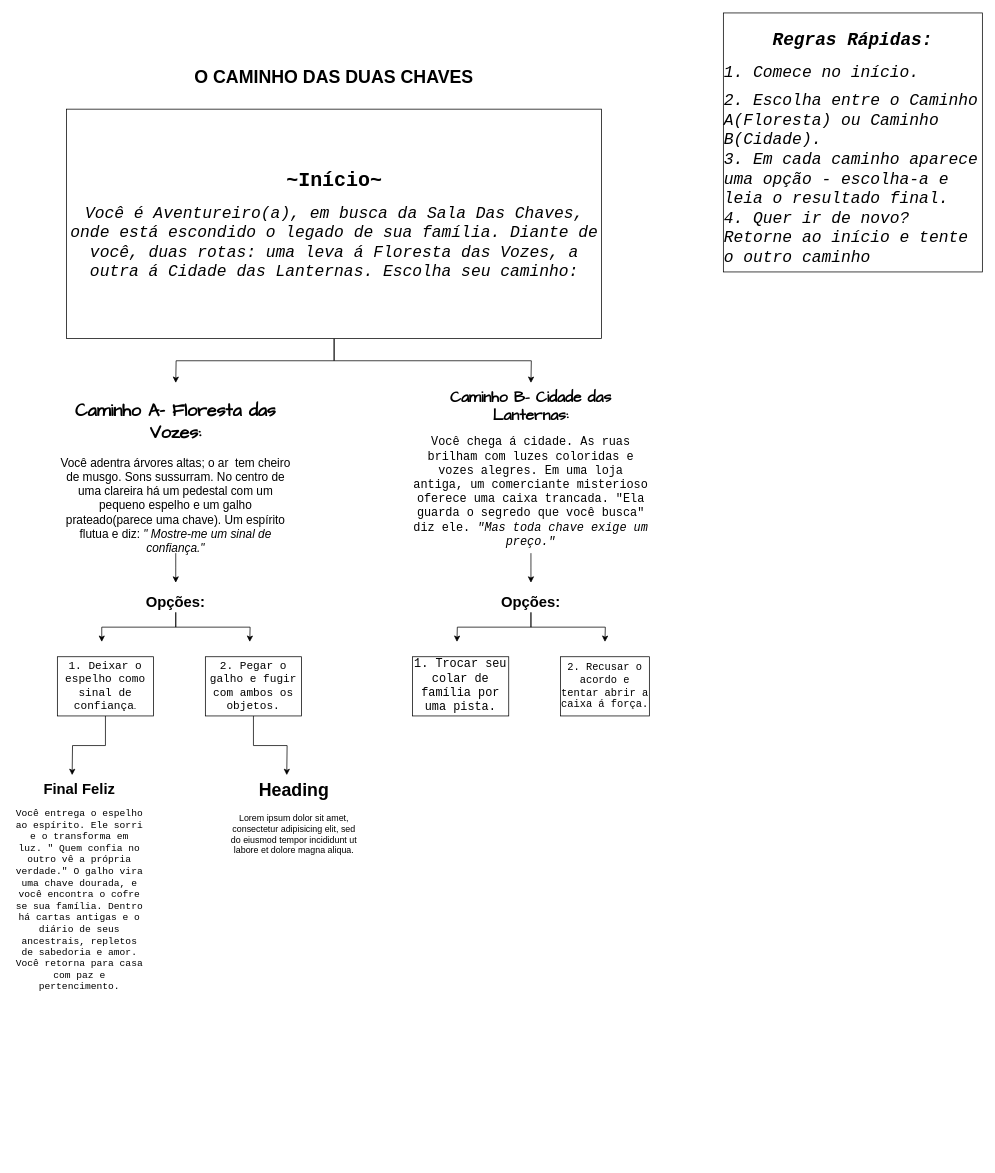
The draw.io diagram info.drawio in Paula-Machado7/o-caminho-das-duas-chaves, before the edit. Source tidied: cells renumbered, new cells numbered last; positions are measured from the earlier drawing's top-left corner, leaving out a move shared by most shapes. Both pictures are drawn from the tidied source at 74%, with x=0, y=0 at pixel (13, 13).
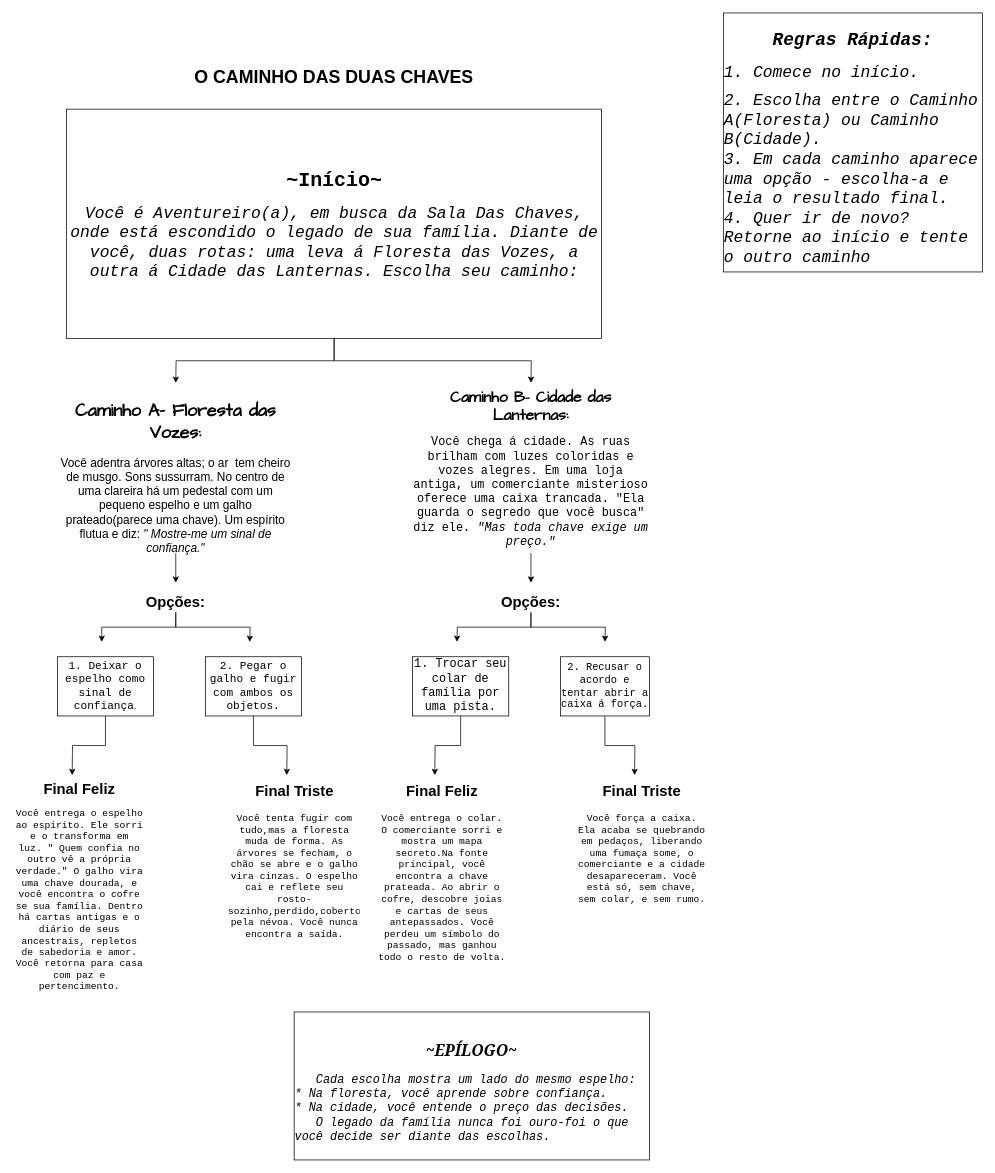
Above is the later version.

The change refers to these unchanged cells:
```xml
<mxCell id="23" value="&lt;font style=&quot;font-size: 16px;&quot;&gt;1. Trocar seu colar de família por uma pista.&lt;/font&gt;" style="rounded=0;whiteSpace=wrap;html=1;fontFamily=Courier New;" parent="1" vertex="1">
  <mxGeometry x="540" y="870" width="130" height="80" as="geometry" />
</mxCell>
<mxCell id="24" value="&lt;font style=&quot;font-size: 14px;&quot;&gt;2. Recusar o acordo e tentar abrir a caixa á força.&lt;/font&gt;" style="rounded=0;whiteSpace=wrap;html=1;fontFamily=Courier New;" parent="1" vertex="1">
  <mxGeometry x="740" y="870" width="120" height="80" as="geometry" />
</mxCell>
```

What changed in the source:
```diff
@@
+    <mxCell id="27" style="edgeStyle=orthogonalEdgeStyle;rounded=0;jettySize=auto;html=1;" parent="1" edge="1" source="23">
+      <mxGeometry relative="1" as="geometry">
+        <mxPoint x="570" y="1030" as="targetPoint" />
+      </mxGeometry>
+    </mxCell>
@@
+    <mxCell id="28" style="edgeStyle=orthogonalEdgeStyle;rounded=0;jettySize=auto;html=1;" parent="1" edge="1" source="24">
+      <mxGeometry relative="1" as="geometry">
+        <mxPoint x="840" y="1030" as="targetPoint" />
+      </mxGeometry>
+    </mxCell>
@@
-    <mxCell id="26" value="&lt;h1 style=&quot;margin-top: 0px;&quot;&gt;Heading&lt;/h1&gt;&lt;p&gt;Lorem ipsum dolor sit amet, consectetur adipisicing elit, sed do eiusmod tempor incididunt ut labore et dolore magna aliqua.&lt;/p&gt;" style="text;html=1;whiteSpace=wrap;overflow=hidden;rounded=0;align=center;" parent="1" vertex="1">
+    <mxCell id="26" value="&lt;h1 style=&quot;margin-top: 0px;&quot;&gt;&lt;font style=&quot;font-size: 20px;&quot;&gt;Final Triste&lt;/font&gt;&lt;/h1&gt;&lt;div&gt;&lt;font style=&quot;font-size: 13px;&quot; face=&quot;Courier New&quot;&gt;Você tenta fugir com tudo,mas a floresta muda de forma. As árvores se fecham, o chão se abre e o galho vira cinzas. O espelho cai e reflete seu rosto-sozinho,perdido,coberto pela névoa. Você nunca encontra a saída.&lt;/font&gt;&lt;/div&gt;" style="text;html=1;whiteSpace=wrap;overflow=hidden;rounded=0;align=center;" parent="1" vertex="1">
       <mxGeometry x="290" y="1030" width="180" height="290" as="geometry" />
     </mxCell>
+    <mxCell id="29" value="&lt;h1 style=&quot;margin-top: 0px;&quot;&gt;&lt;font style=&quot;font-size: 20px;&quot;&gt;Final Feliz&lt;/font&gt;&lt;/h1&gt;&lt;div&gt;&lt;font style=&quot;font-size: 13px;&quot; face=&quot;Courier New&quot;&gt;Você entrega o colar. O comerciante sorri e mostra um mapa secreto.Na fonte principal, você encontra a chave prateada. Ao abrir o cofre, descobre joias e cartas de seus antepassados. Você perdeu um símbolo do passado, mas ganhou todo o resto de volta.&lt;/font&gt;&lt;/div&gt;" style="text;html=1;whiteSpace=wrap;overflow=hidden;rounded=0;align=center;" parent="1" vertex="1">
+      <mxGeometry x="490" y="1030" width="180" height="280" as="geometry" />
+    </mxCell>
+    <mxCell id="30" value="&lt;h1 style=&quot;margin-top: 0px;&quot;&gt;&lt;font style=&quot;font-size: 20px;&quot;&gt;Final Triste&lt;/font&gt;&lt;/h1&gt;&lt;div&gt;&lt;font style=&quot;font-size: 13px;&quot; face=&quot;Courier New&quot;&gt;Você força a caixa. Ela acaba se quebrando em pedaços, liberando uma fumaça some, o comerciante e a cidade desapareceram. Você está só, sem chave, sem colar, e sem rumo.&lt;/font&gt;&lt;/div&gt;" style="text;html=1;whiteSpace=wrap;overflow=hidden;rounded=0;align=center;" parent="1" vertex="1">
+      <mxGeometry x="760" y="1030" width="180" height="280" as="geometry" />
+    </mxCell>
+    <mxCell id="31" value="&lt;h1&gt;&lt;font style=&quot;font-size: 21px;&quot; face=&quot;Georgia&quot;&gt;&lt;i&gt;~EPÍLOGO~&lt;/i&gt;&lt;/font&gt;&lt;/h1&gt;&lt;div style=&quot;text-align: left;&quot;&gt;&lt;font style=&quot;font-size: 16px;&quot; face=&quot;Courier New&quot;&gt;&lt;i style=&quot;&quot;&gt;&amp;nbsp; &amp;nbsp;Cada escolha mostra um lado do mesmo espelho:&lt;/i&gt;&lt;/font&gt;&lt;/div&gt;&lt;div style=&quot;text-align: justify;&quot;&gt;&lt;i&gt;&lt;font face=&quot;Courier New&quot; style=&quot;font-size: 16px;&quot;&gt;* Na floresta, você aprende sobre confiança.&lt;/font&gt;&lt;/i&gt;&lt;/div&gt;&lt;div style=&quot;text-align: justify;&quot;&gt;&lt;i&gt;&lt;font face=&quot;Courier New&quot; style=&quot;font-size: 16px;&quot;&gt;* Na cidade, você entende o preço das decisões.&lt;/font&gt;&lt;/i&gt;&lt;/div&gt;&lt;div style=&quot;text-align: left;&quot;&gt;&lt;i style=&quot;&quot;&gt;&lt;font face=&quot;Courier New&quot; style=&quot;font-size: 16px;&quot;&gt;&amp;nbsp; &amp;nbsp;O legado da família nunca foi ouro-foi o que você decide ser diante das escolhas.&lt;/font&gt;&lt;/i&gt;&lt;/div&gt;" style="rounded=0;whiteSpace=wrap;html=1;" parent="1" vertex="1">
+      <mxGeometry x="380" y="1350" width="480" height="200" as="geometry" />
+    </mxCell>
```
